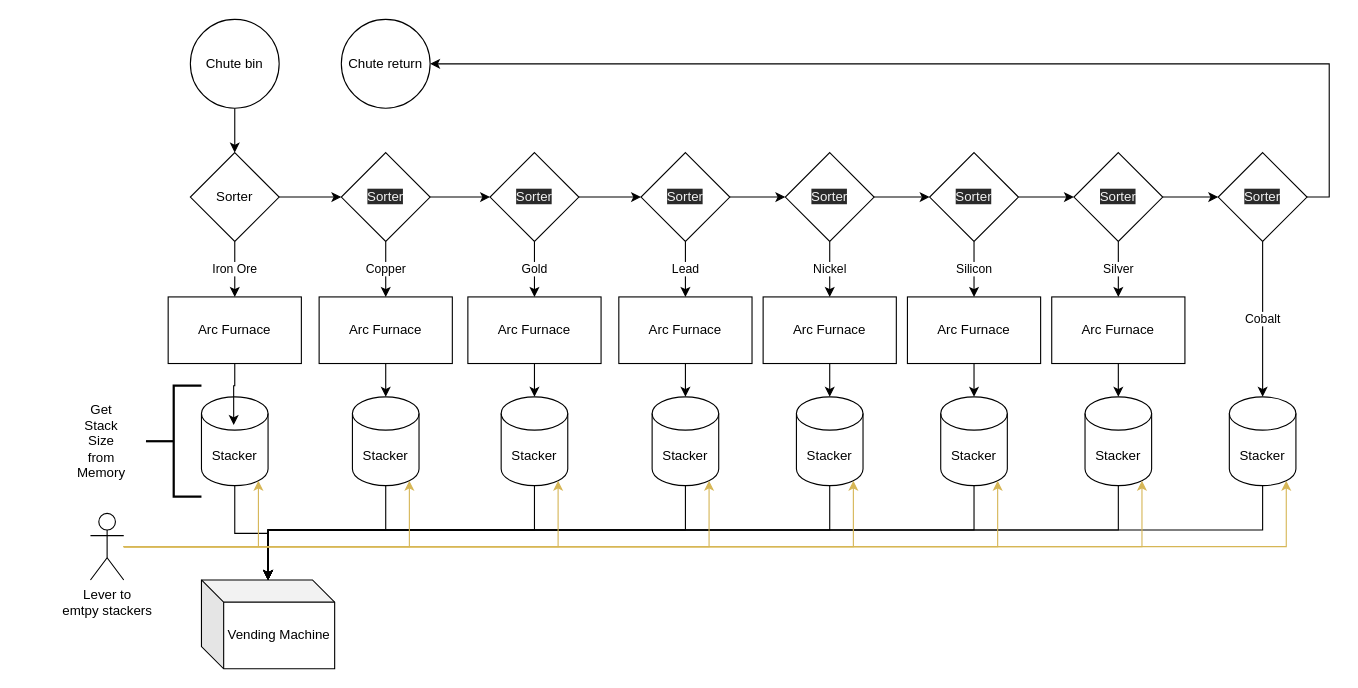
daniel-a-h/Moonbase-delta-alpha keeps this draw.io diagram as ore-smelting/ore-smelter.drawio. Above is the earlier version. Source tidied: cells renumbered, new cells numbered last; positions are measured from the earlier drawing's top-left corner, leaving out a move shared by most shapes. Both pictures are drawn from the tidied source at 111%, with x=0, y=0 at pixel (79, 19).
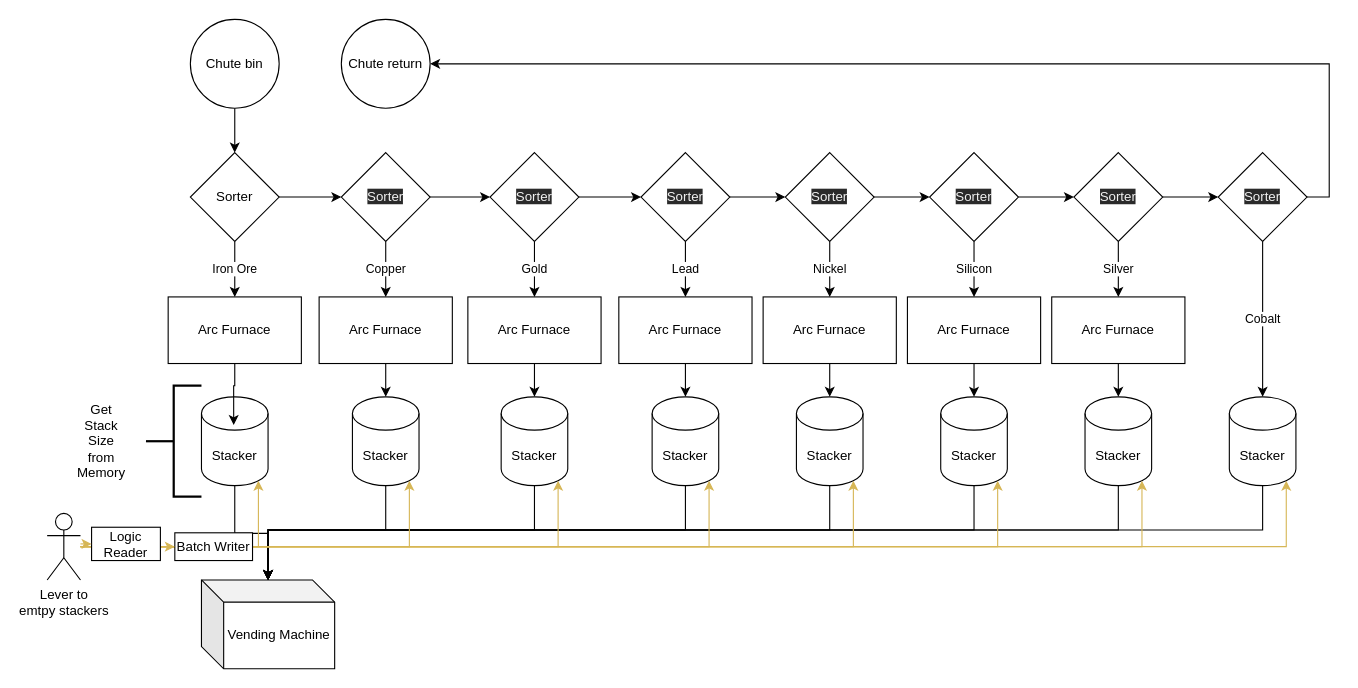
Above is the later version.

Commit message:
added Logic Reader, Batch Writer

Unchanged cells that the change refers to:
```xml
<mxCell id="49" value="Stacker" style="shape=cylinder3;whiteSpace=wrap;html=1;boundedLbl=1;backgroundOutline=1;size=15;" parent="1" vertex="1">
  <mxGeometry x="906" y="340" width="60" height="80" as="geometry" />
</mxCell>
<mxCell id="56" value="Stacker" style="shape=cylinder3;whiteSpace=wrap;html=1;boundedLbl=1;backgroundOutline=1;size=15;" parent="1" vertex="1">
  <mxGeometry x="1036" y="340" width="60" height="80" as="geometry" />
</mxCell>
```

What changed in the source:
```diff
@@
-    <mxCell id="68" style="edgeStyle=orthogonalEdgeStyle;rounded=0;jettySize=auto;html=1;entryX=0.855;entryY=1;entryDx=0;entryDy=-4.35;entryPerimeter=0;fillColor=#fff2cc;strokeColor=#d6b656;" parent="1" edge="1" source="70" target="49">
+    <mxCell id="68" style="edgeStyle=orthogonalEdgeStyle;rounded=0;jettySize=auto;html=1;entryX=0.855;entryY=1;entryDx=0;entryDy=-4.35;entryPerimeter=0;fillColor=#fff2cc;strokeColor=#d6b656;" parent="1" edge="1" source="72" target="49">
       <mxGeometry relative="1" as="geometry" />
     </mxCell>
-    <mxCell id="69" style="edgeStyle=orthogonalEdgeStyle;rounded=0;jettySize=auto;html=1;entryX=0.855;entryY=1;entryDx=0;entryDy=-4.35;entryPerimeter=0;fillColor=#fff2cc;strokeColor=#d6b656;" parent="1" edge="1" source="70" target="56">
+    <mxCell id="69" style="edgeStyle=orthogonalEdgeStyle;rounded=0;jettySize=auto;html=1;entryX=0.855;entryY=1;entryDx=0;entryDy=-4.35;entryPerimeter=0;fillColor=#fff2cc;strokeColor=#d6b656;" parent="1" edge="1" source="72" target="56">
       <mxGeometry relative="1" as="geometry" />
     </mxCell>
     <mxCell id="70" value="Lever to &lt;br&gt;emtpy stackers" style="shape=umlActor;verticalLabelPosition=bottom;verticalAlign=top;html=1;outlineConnect=0;" parent="1" vertex="1">
-      <mxGeometry x="10" y="445" width="30" height="60" as="geometry" />
+      <mxGeometry x="-29" y="445" width="30" height="60" as="geometry" />
     </mxCell>
+    <mxCell id="71" style="edgeStyle=orthogonalEdgeStyle;rounded=0;jettySize=auto;html=1;entryX=0.855;entryY=1;entryDx=0;entryDy=-4.35;entryPerimeter=0;fillColor=#fff2cc;strokeColor=#d6b656;" parent="1" edge="1" source="70" target="72">
+      <mxGeometry relative="1" as="geometry">
+        <Array as="points">
+          <mxPoint x="146" y="475" />
+        </Array>
+      </mxGeometry>
+    </mxCell>
+    <mxCell id="72" value="Batch Writer" style="rounded=0;whiteSpace=wrap;html=1;" parent="1" vertex="1">
+      <mxGeometry x="86" y="462.5" width="70" height="25" as="geometry" />
+    </mxCell>
+    <mxCell id="73" style="edgeStyle=orthogonalEdgeStyle;rounded=0;jettySize=auto;html=1;fillColor=#fff2cc;strokeColor=#d6b656;entryX=0;entryY=0.5;entryDx=0;entryDy=0;" parent="1" edge="1" source="74" target="72">
+      <mxGeometry relative="1" as="geometry">
+        <Array as="points">
+          <mxPoint x="68" y="475" />
+          <mxPoint x="68" y="475" />
+        </Array>
+      </mxGeometry>
+    </mxCell>
+    <mxCell id="74" value="Logic Reader" style="rounded=0;whiteSpace=wrap;html=1;" parent="1" vertex="1">
+      <mxGeometry x="11" y="457.5" width="62" height="30" as="geometry" />
+    </mxCell>
+    <mxCell id="75" style="edgeStyle=orthogonalEdgeStyle;rounded=0;jettySize=auto;html=1;fillColor=#fff2cc;strokeColor=#d6b656;entryX=0;entryY=0.5;entryDx=0;entryDy=0;" parent="1" edge="1" source="70" target="74">
+      <mxGeometry relative="1" as="geometry">
+        <Array as="points">
+          <mxPoint x="1" y="473" />
+        </Array>
+      </mxGeometry>
+    </mxCell>
```
